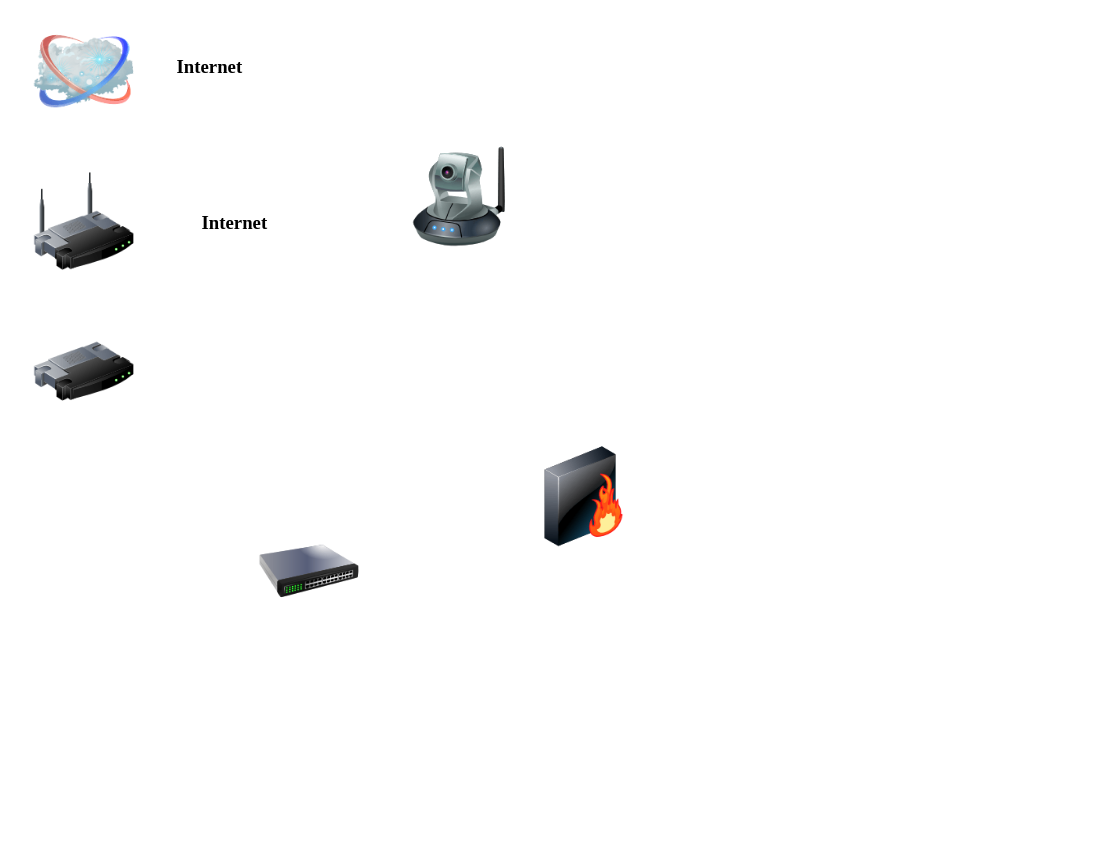
This is AVALON-NETWORK.drawio from kgh02017/NetworkDiagram_AVALON, a draw.io file, before an edit. Source tidied: cells renumbered, new cells numbered last; positions are measured from the earlier drawing's top-left corner, leaving out a move shared by most shapes. Both pictures are drawn from the tidied source at 125%, with x=0, y=0 at pixel (34, 21).
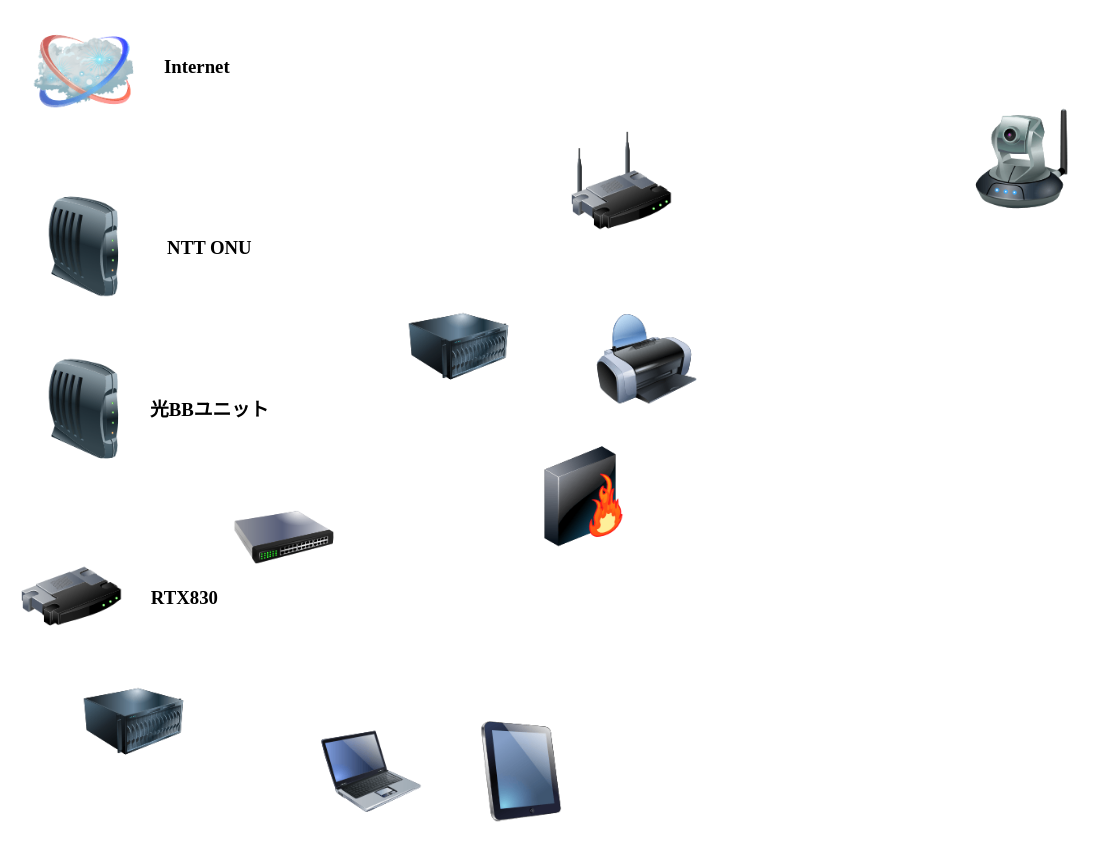
After the change.

Commit message:
AVALON-NETWORK.drawio を更新します

What changed in the source:
```diff
@@
-    <mxCell id="3" style="image;html=1;image=img/lib/clip_art/networking/Router_128x128.png;" parent="1" vertex="1">
-      <mxGeometry y="240" width="80" height="80" as="geometry" />
-    </mxCell>
-    <mxCell id="4" style="image;html=1;image=img/lib/clip_art/networking/Cloud_128x128.png;" parent="1" vertex="1">
-      <mxGeometry width="80" height="80" as="geometry" />
-    </mxCell>
     <mxCell id="5" style="image;html=1;image=img/lib/clip_art/networking/Ip_Camera_128x128.png;" parent="1" vertex="1">
-      <mxGeometry x="300" y="100" width="80" height="80" as="geometry" />
+      <mxGeometry x="750" y="70" width="80" height="80" as="geometry" />
     </mxCell>
     <mxCell id="6" style="image;html=1;image=img/lib/clip_art/networking/Switch_128x128.png;" parent="1" vertex="1">
-      <mxGeometry x="180" y="400" width="80" height="80" as="geometry" />
+      <mxGeometry x="160" y="373" width="80" height="80" as="geometry" />
     </mxCell>
-    <mxCell id="7" style="image;html=1;image=img/lib/clip_art/networking/Wireless_Router_128x128.png;" parent="1" vertex="1">
-      <mxGeometry y="120" width="80" height="80" as="geometry" />
-    </mxCell>
+    <mxCell id="10" style="group;" parent="1" vertex="1">
+      <mxGeometry width="170" height="80" as="geometry" />
+    </mxCell>
+    <mxCell id="4" style="image;html=1;image=img/lib/clip_art/networking/Cloud_128x128.png;" parent="10" vertex="1">
+      <mxGeometry width="80" height="80" as="geometry" />
+    </mxCell>
-    <mxCell id="8" value="&lt;b&gt;&lt;font style=&quot;font-size: 15px;&quot; face=&quot;Times New Roman&quot;&gt;Internet&lt;/font&gt;&lt;/b&gt;" style="text;html=1;align=center;verticalAlign=middle;strokeColor=none;fillColor=none;" parent="1" vertex="1">
-      <mxGeometry x="100" y="20" width="80" height="30" as="geometry" />
+    <mxCell id="8" value="&lt;b&gt;&lt;font style=&quot;font-size: 15px;&quot; face=&quot;Times New Roman&quot;&gt;Internet&lt;/font&gt;&lt;/b&gt;" style="text;html=1;align=center;verticalAlign=middle;strokeColor=none;fillColor=none;" parent="10" vertex="1">
+      <mxGeometry x="90" y="20" width="80" height="30" as="geometry" />
     </mxCell>
+    <mxCell id="11" style="group;" parent="1" vertex="1">
+      <mxGeometry x="-10" y="420" width="170" height="80" as="geometry" />
+    </mxCell>
+    <mxCell id="3" style="image;html=1;image=img/lib/clip_art/networking/Router_128x128.png;" parent="11" vertex="1">
+      <mxGeometry width="80" height="80" as="geometry" />
+    </mxCell>
+    <mxCell id="12" value="&lt;b&gt;&lt;font style=&quot;font-size: 15px;&quot; face=&quot;Times New Roman&quot;&gt;RTX830&lt;br&gt;&lt;/font&gt;&lt;/b&gt;" style="text;html=1;align=center;verticalAlign=middle;strokeColor=none;fillColor=none;" parent="11" vertex="1">
+      <mxGeometry x="90" y="25" width="80" height="30" as="geometry" />
+    </mxCell>
+    <mxCell id="13" style="image;html=1;image=img/lib/clip_art/computers/iPad_128x128.png;" parent="1" vertex="1">
+      <mxGeometry x="350" y="560" width="80" height="80" as="geometry" />
+    </mxCell>
+    <mxCell id="14" style="image;html=1;image=img/lib/clip_art/computers/Laptop_128x128.png;" parent="1" vertex="1">
+      <mxGeometry x="230" y="560" width="80" height="80" as="geometry" />
+    </mxCell>
+    <mxCell id="15" style="image;html=1;image=img/lib/clip_art/computers/Server_128x128.png;" parent="1" vertex="1">
+      <mxGeometry x="40" y="520" width="80" height="80" as="geometry" />
+    </mxCell>
+    <mxCell id="16" style="group;" parent="1" vertex="1">
+      <mxGeometry y="270" width="200" height="80" as="geometry" />
+    </mxCell>
+    <mxCell id="17" style="image;html=1;image=img/lib/clip_art/networking/Modem_128x128.png;" parent="16" vertex="1">
+      <mxGeometry width="80" height="80" as="geometry" />
+    </mxCell>
-    <mxCell id="9" value="&lt;b&gt;&lt;font style=&quot;font-size: 15px;&quot; face=&quot;Times New Roman&quot;&gt;Internet&lt;/font&gt;&lt;/b&gt;" style="text;html=1;align=center;verticalAlign=middle;strokeColor=none;fillColor=none;" parent="1" vertex="1">
-      <mxGeometry x="120" y="145" width="80" height="30" as="geometry" />
+    <mxCell id="9" value="&lt;font face=&quot;Times New Roman&quot;&gt;&lt;span style=&quot;font-size: 15px;&quot;&gt;&lt;b&gt;光BBユニット&lt;/b&gt;&lt;/span&gt;&lt;/font&gt;" style="text;html=1;align=center;verticalAlign=middle;strokeColor=none;fillColor=none;" parent="16" vertex="1">
+      <mxGeometry x="80" y="25" width="120" height="30" as="geometry" />
     </mxCell>
+    <mxCell id="18" style="image;html=1;image=img/lib/clip_art/computers/Server_128x128.png;" parent="1" vertex="1">
+      <mxGeometry x="300" y="220" width="80" height="80" as="geometry" />
+    </mxCell>
+    <mxCell id="19" style="image;html=1;image=img/lib/clip_art/computers/Printer_128x128.png;" parent="1" vertex="1">
+      <mxGeometry x="450" y="230" width="80" height="80" as="geometry" />
+    </mxCell>
+    <mxCell id="20" style="group;" parent="1" vertex="1">
+      <mxGeometry y="140" width="200" height="80" as="geometry" />
+    </mxCell>
+    <mxCell id="21" style="image;html=1;image=img/lib/clip_art/networking/Modem_128x128.png;" parent="20" vertex="1">
+      <mxGeometry width="80" height="80" as="geometry" />
+    </mxCell>
+    <mxCell id="22" value="&lt;font face=&quot;Times New Roman&quot;&gt;&lt;span style=&quot;font-size: 15px;&quot;&gt;&lt;b&gt;NTT ONU&lt;/b&gt;&lt;/span&gt;&lt;/font&gt;" style="text;html=1;align=center;verticalAlign=middle;strokeColor=none;fillColor=none;" parent="20" vertex="1">
+      <mxGeometry x="95" y="25" width="90" height="30" as="geometry" />
+    </mxCell>
+    <mxCell id="23" style="image;html=1;image=img/lib/clip_art/networking/Wireless_Router_128x128.png;" parent="1" vertex="1">
+      <mxGeometry x="430" y="85" width="80" height="85" as="geometry" />
+    </mxCell>
```
